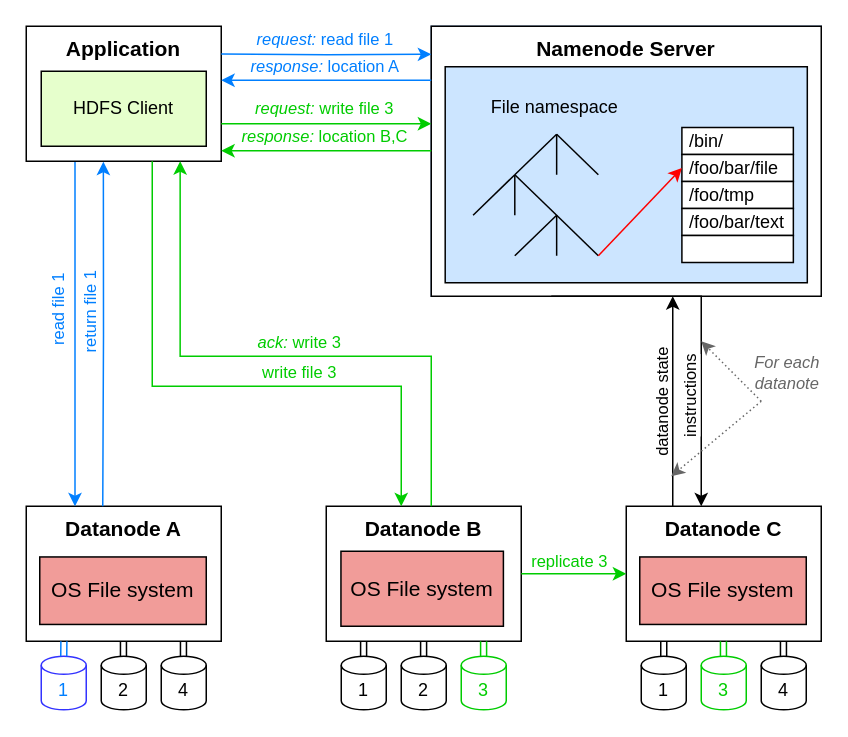
SebastianoMeneghin/apache-iceberg-as-offline-feature-store keeps this draw.io diagram as page "HDFS (v2)" (4 of 19) of diagrams/Diagrams.drawio. Above is the earlier version. Source tidied: cells renumbered, new cells numbered last; positions are measured from the earlier drawing's top-left corner, leaving out a move shared by most shapes. Both pictures are drawn from the tidied source at 150%, with x=0, y=0 at pixel (26, 26).
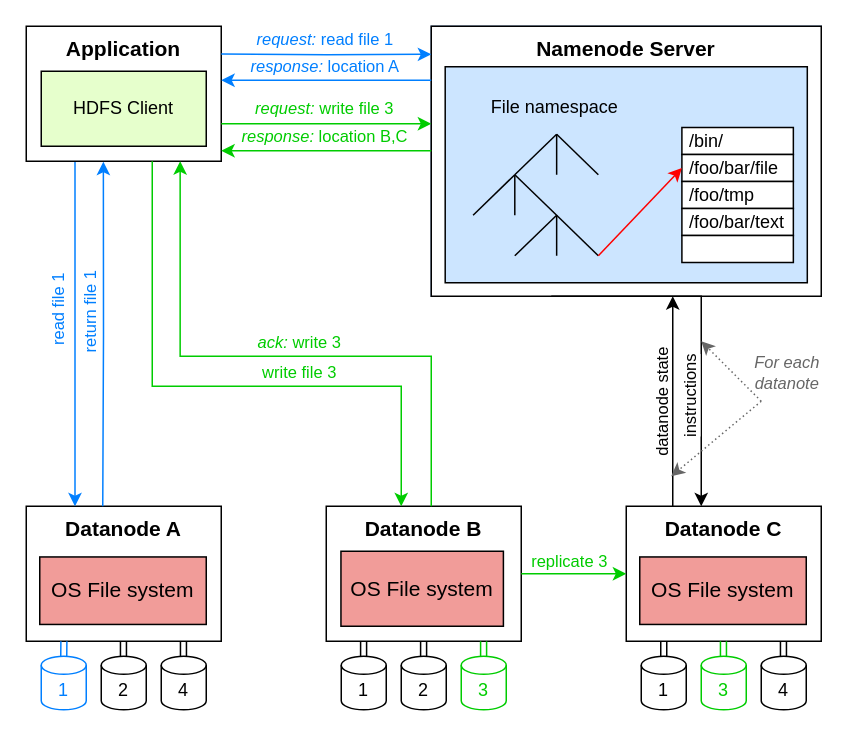
The same diagram, later.

Commit message:
changed colour in hdfs_schema bins

What changed in the source:
```diff
@@
-    <mxCell id="11" value="&lt;font&gt;1&lt;/font&gt;" style="shape=cylinder3;whiteSpace=wrap;html=1;boundedLbl=1;backgroundOutline=1;size=6.000000000000114;strokeColor=#3333FF;fontColor=#007FFF;" parent="1" vertex="1">
+    <mxCell id="11" value="&lt;font&gt;1&lt;/font&gt;" style="shape=cylinder3;whiteSpace=wrap;html=1;boundedLbl=1;backgroundOutline=1;size=6.000000000000114;strokeColor=#007FFF;fontColor=#007FFF;" parent="1" vertex="1">
       <mxGeometry x="10" y="420" width="30" height="35.7" as="geometry" />
     </mxCell>
```
